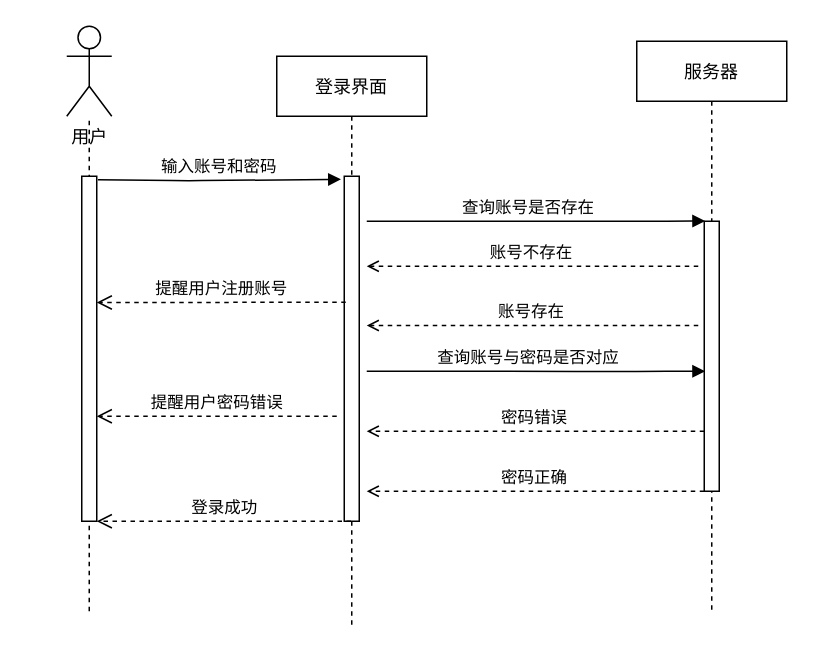
The draw.io diagram 登录功能时序图.drawio in Darius-H/Diagram-Folder, before the edit. Source tidied: cells renumbered, new cells numbered last; positions are measured from the earlier drawing's top-left corner, leaving out a move shared by most shapes. Both pictures are drawn from the tidied source at 150%, with x=0, y=0 at pixel (66, 26).
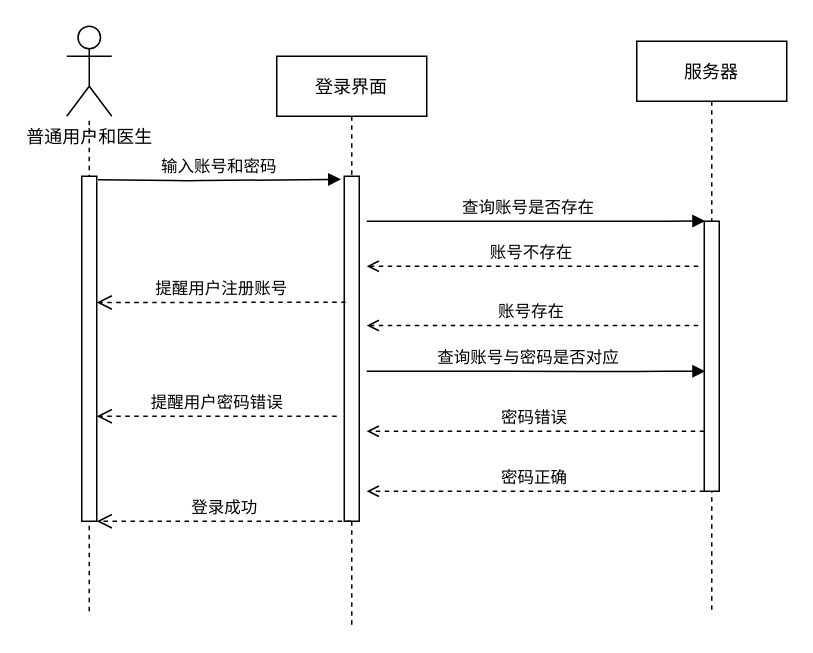
The same page after the edit.

What changed in the source:
```diff
@@
-    <mxCell id="8" value="用户" style="shape=umlActor;verticalLabelPosition=bottom;verticalAlign=top;html=1;outlineConnect=0;fontStyle=0;fontFamily=Helvetica;" parent="1" vertex="1">
+    <mxCell id="8" value="普通用户和医生" style="shape=umlActor;verticalLabelPosition=bottom;verticalAlign=top;html=1;outlineConnect=0;fontStyle=0;fontFamily=Helvetica;" parent="1" vertex="1">
       <mxGeometry width="30" height="60" as="geometry" />
     </mxCell>
```
